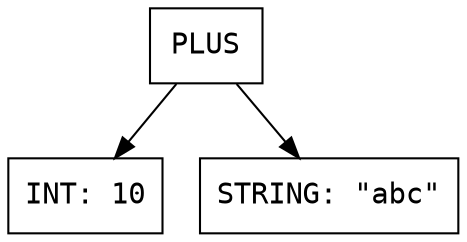
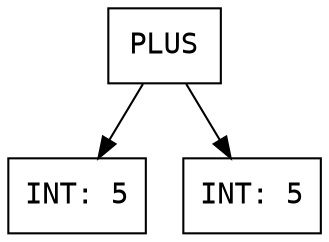
digraph AST {
  node [shape=box, fontname="Courier"];
-   "0x55556f48fdc0" [label="PLUS"];
-   "0x55556f48fdc0" -> "0x55556f48fd60";
-   "0x55556f48fd60" [label="INT: 10"];
-   "0x55556f48fdc0" -> "0x55556f48fd80";
-   "0x55556f48fd80" [label="STRING: \"abc\""];
+   "0x555590bcada0" [label="PLUS"];
+   "0x555590bcada0" -> "0x555590bcad60";
+   "0x555590bcad60" [label="INT: 5"];
+   "0x555590bcada0" -> "0x555590bcad80";
+   "0x555590bcad80" [label="INT: 5"];
}
